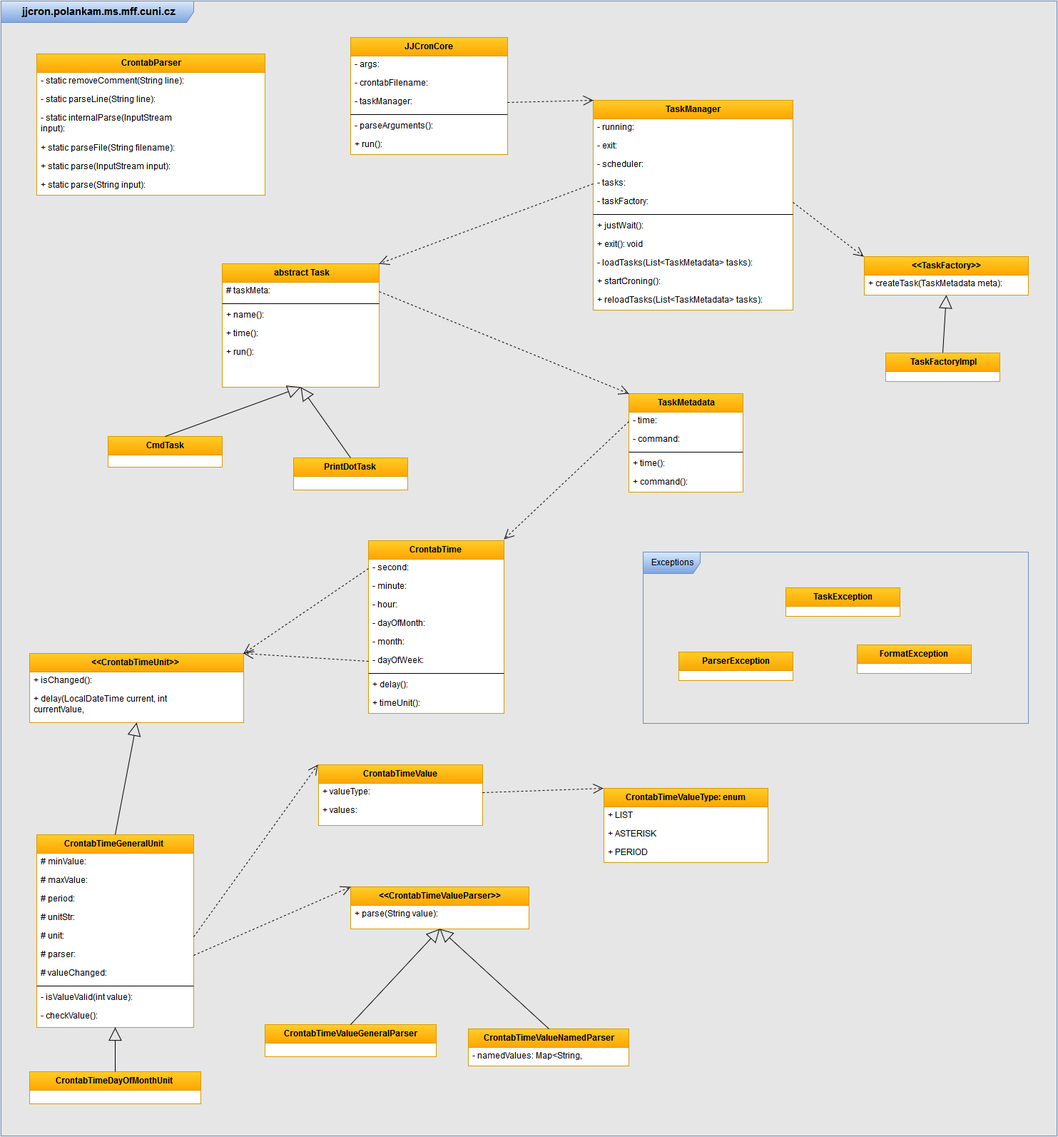
The draw.io diagram src/javadoc/architecture.png in Neloop/JJCron, before a commit. Source tidied: cells renumbered, new cells last; positions are measured from the earlier drawing's top-left corner, leaving out a move shared by most shapes.
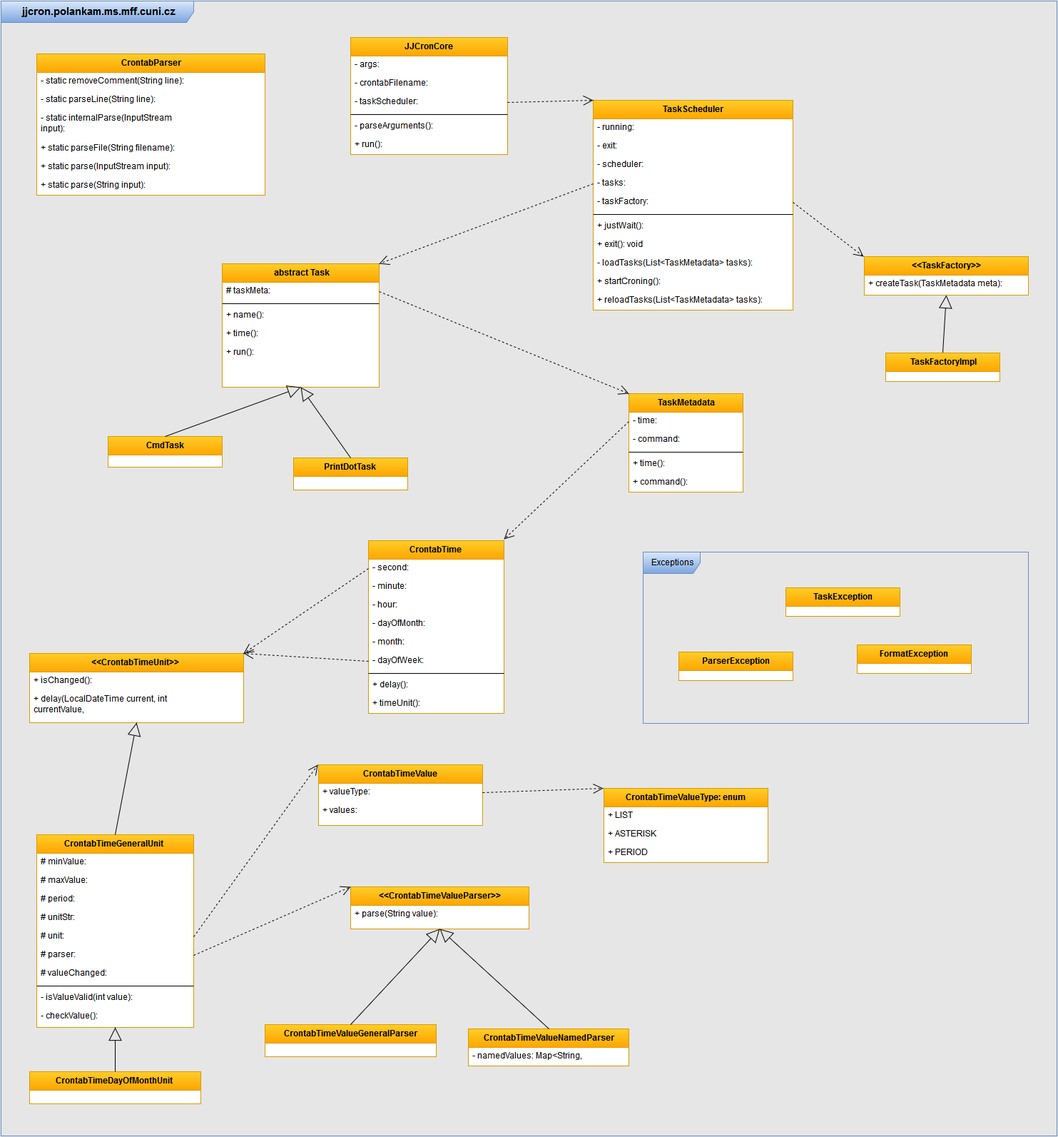
After the change.

What changed in the source:
```diff
@@ -11,7 +11,7 @@
     <mxCell id="4" value="- crontabFilename: String&lt;br&gt;" style="text;html=1;strokeColor=none;fillColor=none;align=left;verticalAlign=top;spacingLeft=4;spacingRight=4;whiteSpace=wrap;overflow=hidden;rounded=0;shadow=0;startSize=26;fontSize=12;fontColor=#000000;" parent="2" vertex="1">
       <mxGeometry y="52" width="220" height="26" as="geometry" />
     </mxCell>
-    <mxCell id="5" value="- taskManager: TaskManager&lt;br&gt;" style="text;html=1;strokeColor=none;fillColor=none;align=left;verticalAlign=top;spacingLeft=4;spacingRight=4;whiteSpace=wrap;overflow=hidden;points=[[0,0.5],[1,0.5]];portConstraint=eastwest;rounded=0;shadow=0;startSize=26;fontSize=12;fontColor=#000000;" parent="2" vertex="1">
+    <mxCell id="5" value="- taskScheduler: TaskScheduler&lt;br&gt;" style="text;html=1;strokeColor=none;fillColor=none;align=left;verticalAlign=top;spacingLeft=4;spacingRight=4;whiteSpace=wrap;overflow=hidden;points=[[0,0.5],[1,0.5]];portConstraint=eastwest;rounded=0;shadow=0;startSize=26;fontSize=12;fontColor=#000000;" parent="2" vertex="1">
       <mxGeometry y="78" width="220" height="26" as="geometry" />
     </mxCell>
     <mxCell id="6" style="line;html=1;strokeWidth=1;fillColor=none;align=left;verticalAlign=middle;spacingTop=-1;spacingLeft=3;spacingRight=3;labelPosition=right;" parent="2" vertex="1">
@@ -23,7 +23,7 @@
     <mxCell id="8" value="+ run(): void" style="text;html=1;strokeColor=none;fillColor=none;align=left;verticalAlign=top;spacingLeft=4;spacingRight=4;whiteSpace=wrap;overflow=hidden;rounded=0;shadow=0;startSize=26;fontSize=12;fontColor=#000000;" parent="2" vertex="1">
       <mxGeometry y="138" width="220" height="26" as="geometry" />
     </mxCell>
-    <mxCell id="9" value="TaskManager&lt;br&gt;" style="swimlane;html=1;fontStyle=1;align=center;verticalAlign=top;horizontal=1;startSize=26;swimlaneFillColor=#ffffff;rounded=0;shadow=0;strokeWidth=1;fontSize=12;fontColor=#000000;plain-orange;" parent="1" vertex="1">
+    <mxCell id="9" value="TaskScheduler&lt;br&gt;" style="swimlane;html=1;fontStyle=1;align=center;verticalAlign=top;horizontal=1;startSize=26;swimlaneFillColor=#ffffff;rounded=0;shadow=0;strokeWidth=1;fontSize=12;fontColor=#000000;plain-orange;" parent="1" vertex="1">
       <mxGeometry x="830" y="139" width="280" height="294" as="geometry" />
     </mxCell>
     <mxCell id="10" value="- running: AtomicBoolean&lt;br&gt;" style="text;html=1;strokeColor=none;fillColor=none;align=left;verticalAlign=top;spacingLeft=4;spacingRight=4;whiteSpace=wrap;overflow=hidden;" parent="9" vertex="1">
```
